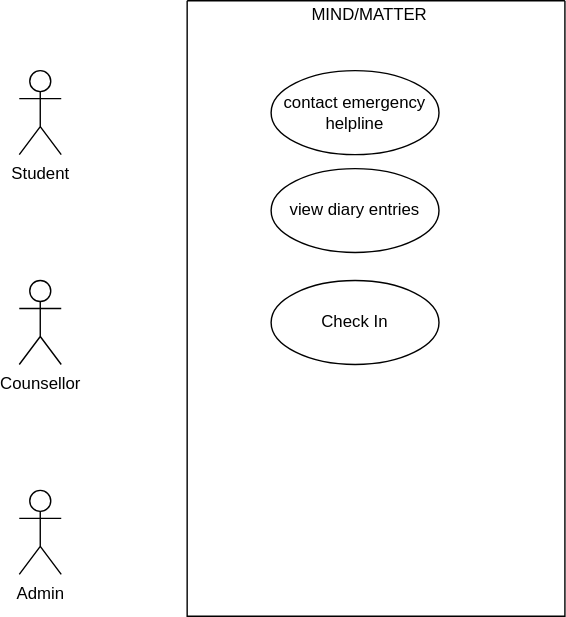
Above: Mind_Matter.svg in PK756/git_test (draw.io), before the change. Source tidied: cells renumbered, new cells last; positions are measured from the earlier drawing's top-left corner, leaving out a move shared by most shapes.
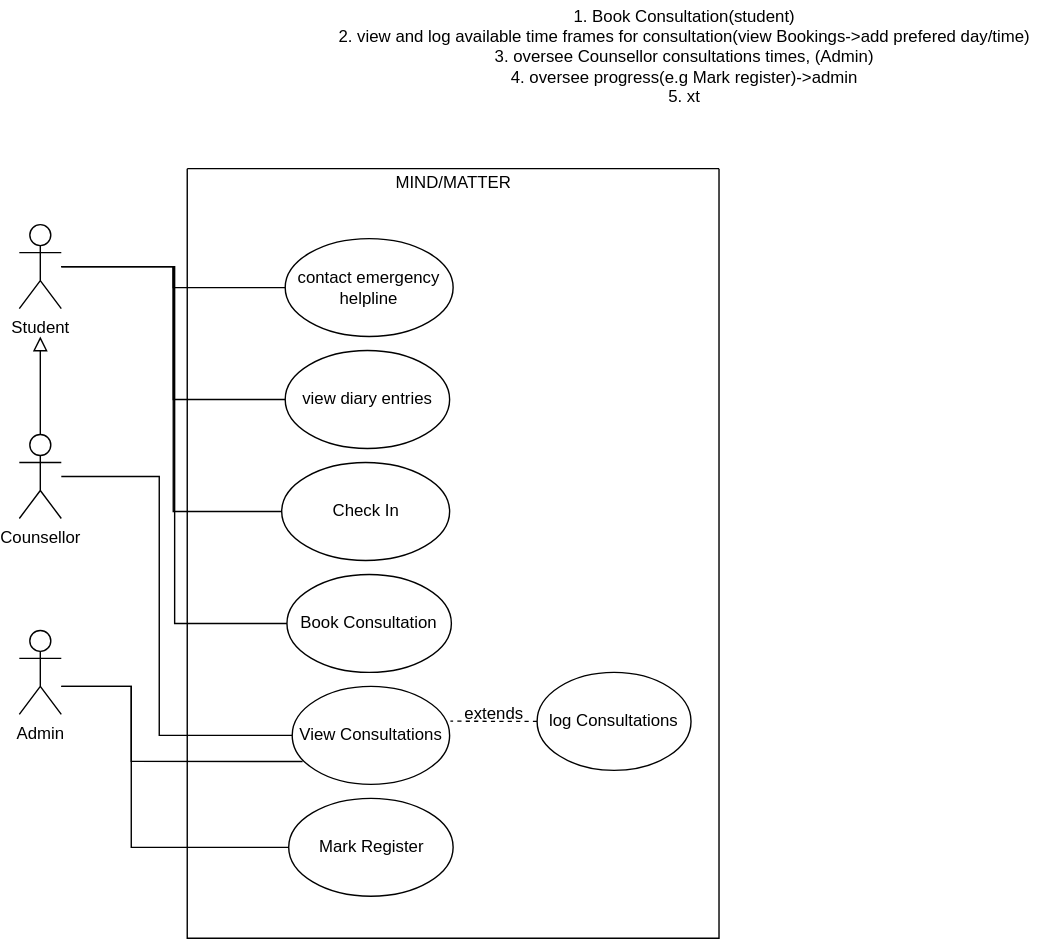
Later version of the same file.

Diff of the diagram source:
```diff
@@ -3,28 +3,100 @@
     <mxCell id="0" />
     <mxCell id="1" parent="0" />
     <mxCell id="2" style="swimlane;startSize=0;" parent="1" vertex="1">
-      <mxGeometry x="120" width="270" height="440" as="geometry" />
+      <mxGeometry x="120" y="100" width="380" height="550" as="geometry" />
     </mxCell>
     <mxCell id="3" value="MIND/MATTER" style="text;html=1;align=center;verticalAlign=middle;strokeColor=none;fillColor=none;" parent="2" vertex="1">
-      <mxGeometry x="80" width="100" height="20" as="geometry" />
+      <mxGeometry x="140" width="100" height="20" as="geometry" />
     </mxCell>
     <mxCell id="4" value="contact emergency helpline" style="ellipse;whiteSpace=wrap;html=1;" parent="2" vertex="1">
-      <mxGeometry x="60" y="50" width="120" height="60" as="geometry" />
+      <mxGeometry x="70" y="50" width="120" height="70" as="geometry" />
     </mxCell>
     <mxCell id="5" value="view diary entries" style="ellipse;whiteSpace=wrap;html=1;" parent="2" vertex="1">
-      <mxGeometry x="60" y="120" width="120" height="60" as="geometry" />
+      <mxGeometry x="70" y="130" width="117.5" height="70" as="geometry" />
     </mxCell>
     <mxCell id="6" value="Check In" style="ellipse;whiteSpace=wrap;html=1;" parent="2" vertex="1">
-      <mxGeometry x="60" y="200" width="120" height="60" as="geometry" />
+      <mxGeometry x="67.5" y="210" width="120" height="70" as="geometry" />
     </mxCell>
+    <mxCell id="10" value="Book Consultation" style="ellipse;whiteSpace=wrap;html=1;" parent="2" vertex="1">
+      <mxGeometry x="71.2" y="290" width="117.5" height="70" as="geometry" />
+    </mxCell>
+    <mxCell id="11" value="View Consultations" style="ellipse;whiteSpace=wrap;html=1;" parent="2" vertex="1">
+      <mxGeometry x="75" y="370" width="112.5" height="70" as="geometry" />
+    </mxCell>
+    <mxCell id="12" value="Mark Register" style="ellipse;whiteSpace=wrap;html=1;" parent="2" vertex="1">
+      <mxGeometry x="72.5" y="450" width="117.5" height="70" as="geometry" />
+    </mxCell>
+    <mxCell id="13" style="edgeStyle=orthogonalEdgeStyle;rounded=0;jettySize=auto;html=1;entryX=1.005;entryY=0.354;entryDx=0;entryDy=0;entryPerimeter=0;startArrow=none;startFill=0;endArrow=none;endFill=0;endSize=8;strokeWidth=1;dashed=1;" parent="2" edge="1" source="14" target="11">
+      <mxGeometry relative="1" as="geometry" />
+    </mxCell>
+    <mxCell id="14" value="log Consultations" style="ellipse;whiteSpace=wrap;html=1;" parent="2" vertex="1">
+      <mxGeometry x="250" y="360" width="110" height="70" as="geometry" />
+    </mxCell>
+    <mxCell id="15" value="extends" style="text;html=1;align=center;verticalAlign=middle;strokeColor=none;fillColor=none;" parent="2" vertex="1">
+      <mxGeometry x="188.8" y="380" width="60" height="20" as="geometry" />
+    </mxCell>
+    <mxCell id="16" style="edgeStyle=orthogonalEdgeStyle;rounded=0;jettySize=auto;html=1;entryX=0;entryY=0.5;entryDx=0;entryDy=0;endArrow=none;endFill=0;" parent="1" edge="1" source="7" target="4">
+      <mxGeometry relative="1" as="geometry" />
+    </mxCell>
+    <mxCell id="17" style="edgeStyle=orthogonalEdgeStyle;rounded=0;jettySize=auto;html=1;entryX=0;entryY=0.5;entryDx=0;entryDy=0;endArrow=none;endFill=0;" parent="1" edge="1" source="7" target="5">
+      <mxGeometry relative="1" as="geometry" />
+    </mxCell>
+    <mxCell id="18" style="edgeStyle=orthogonalEdgeStyle;rounded=0;jettySize=auto;html=1;entryX=0;entryY=0.5;entryDx=0;entryDy=0;endArrow=none;endFill=0;" parent="1" edge="1" source="7" target="6">
+      <mxGeometry relative="1" as="geometry">
+        <Array as="points">
+          <mxPoint x="110" y="170" />
+          <mxPoint x="110" y="345" />
+        </Array>
+      </mxGeometry>
+    </mxCell>
+    <mxCell id="19" style="edgeStyle=orthogonalEdgeStyle;rounded=0;jettySize=auto;html=1;entryX=0;entryY=0.5;entryDx=0;entryDy=0;endArrow=none;endFill=0;" parent="1" edge="1" source="7" target="10">
+      <mxGeometry relative="1" as="geometry">
+        <Array as="points">
+          <mxPoint x="111" y="170" />
+          <mxPoint x="111" y="425" />
+        </Array>
+      </mxGeometry>
+    </mxCell>
     <mxCell id="7" value="Student" style="shape=umlActor;verticalLabelPosition=bottom;verticalAlign=top;html=1;outlineConnect=0;" parent="1" vertex="1">
-      <mxGeometry y="50" width="30" height="60" as="geometry" />
+      <mxGeometry y="140" width="30" height="60" as="geometry" />
     </mxCell>
+    <mxCell id="20" style="edgeStyle=orthogonalEdgeStyle;rounded=0;jettySize=auto;html=1;endArrow=none;endFill=0;entryX=0;entryY=0.5;entryDx=0;entryDy=0;" parent="1" edge="1" source="8" target="11">
+      <mxGeometry relative="1" as="geometry">
+        <Array as="points">
+          <mxPoint x="100" y="320" />
+          <mxPoint x="100" y="505" />
+        </Array>
+      </mxGeometry>
+    </mxCell>
+    <mxCell id="21" style="edgeStyle=orthogonalEdgeStyle;rounded=0;jettySize=auto;html=1;endArrow=block;endFill=0;startArrow=none;startFill=0;strokeWidth=1;endSize=8;" parent="1" edge="1" source="8">
+      <mxGeometry relative="1" as="geometry">
+        <mxPoint x="15" y="220" as="targetPoint" />
+      </mxGeometry>
+    </mxCell>
     <mxCell id="8" value="Counsellor" style="shape=umlActor;verticalLabelPosition=bottom;verticalAlign=top;html=1;outlineConnect=0;" parent="1" vertex="1">
-      <mxGeometry y="200" width="30" height="60" as="geometry" />
+      <mxGeometry y="290" width="30" height="60" as="geometry" />
     </mxCell>
+    <mxCell id="22" style="edgeStyle=orthogonalEdgeStyle;rounded=0;jettySize=auto;html=1;entryX=0;entryY=0.5;entryDx=0;entryDy=0;endArrow=none;endFill=0;" parent="1" edge="1" source="9" target="12">
+      <mxGeometry relative="1" as="geometry">
+        <Array as="points">
+          <mxPoint x="80" y="470" />
+          <mxPoint x="80" y="585" />
+        </Array>
+      </mxGeometry>
+    </mxCell>
+    <mxCell id="23" style="edgeStyle=orthogonalEdgeStyle;rounded=0;jettySize=auto;html=1;entryX=0.066;entryY=0.766;entryDx=0;entryDy=0;entryPerimeter=0;startArrow=none;startFill=0;endArrow=none;endFill=0;endSize=8;strokeWidth=1;" parent="1" edge="1" source="9" target="11">
+      <mxGeometry relative="1" as="geometry">
+        <Array as="points">
+          <mxPoint x="80" y="470" />
+          <mxPoint x="80" y="524" />
+        </Array>
+      </mxGeometry>
+    </mxCell>
     <mxCell id="9" value="Admin" style="shape=umlActor;verticalLabelPosition=bottom;verticalAlign=top;html=1;outlineConnect=0;" parent="1" vertex="1">
-      <mxGeometry y="350" width="30" height="60" as="geometry" />
+      <mxGeometry y="430" width="30" height="60" as="geometry" />
     </mxCell>
+    <mxCell id="24" value="&lt;div&gt;1.&lt;span&gt;&#9;&lt;/span&gt;Book Consultation(student)&lt;/div&gt;&lt;div&gt;&lt;span&gt;&#9;&lt;/span&gt;2.&lt;span&gt;&#9;&lt;/span&gt;view and log available time frames for consultation(view Bookings-&amp;gt;add prefered day/time)&lt;/div&gt;&lt;div&gt;&lt;span&gt;&#9;&lt;/span&gt;3.&lt;span&gt;&#9;&lt;/span&gt;oversee Counsellor consultations times, (Admin)&lt;/div&gt;&lt;div&gt;&lt;span&gt;&#9;&lt;/span&gt;4.&lt;span&gt;&#9;&lt;/span&gt;oversee progress(e.g Mark register)-&amp;gt;admin&lt;/div&gt;&lt;span&gt;&#9;&lt;/span&gt;&lt;span&gt;5.&lt;/span&gt;&lt;span&gt;&#9;&lt;/span&gt;xt" style="text;html=1;align=center;verticalAlign=middle;strokeColor=none;fillColor=none;" parent="1" vertex="1">
+      <mxGeometry x="220" y="-20" width="510" height="80" as="geometry" />
+    </mxCell>
   </root>
 </mxGraphModel>
```
